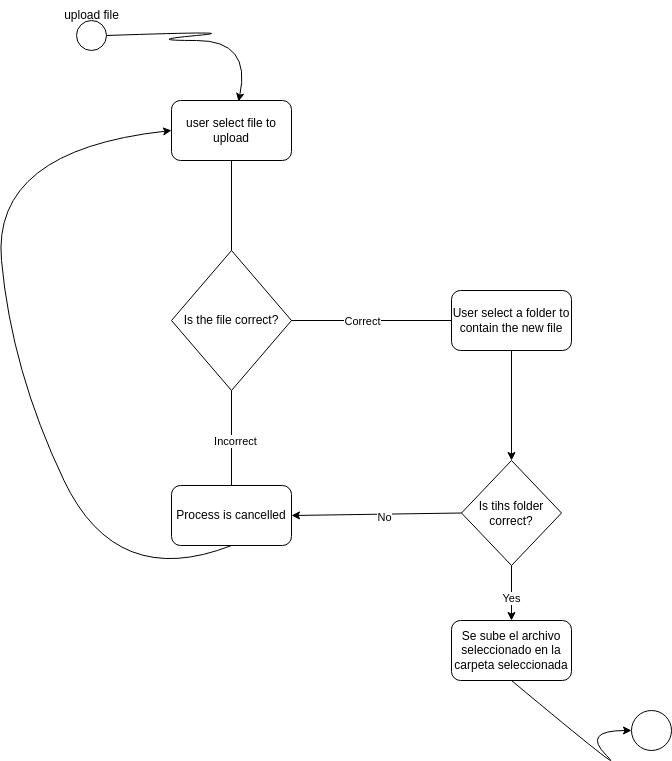
This is UML/ActivityDiagrams/ActiviyDiagramUploadFile.drawio.png from Advanced-Programming-Project-Drive-UFJC/Backend-python, a draw.io export, as it was before one commit. Source tidied: cells renumbered, new cells last; positions are measured from the earlier drawing's top-left corner, leaving out a move shared by most shapes.
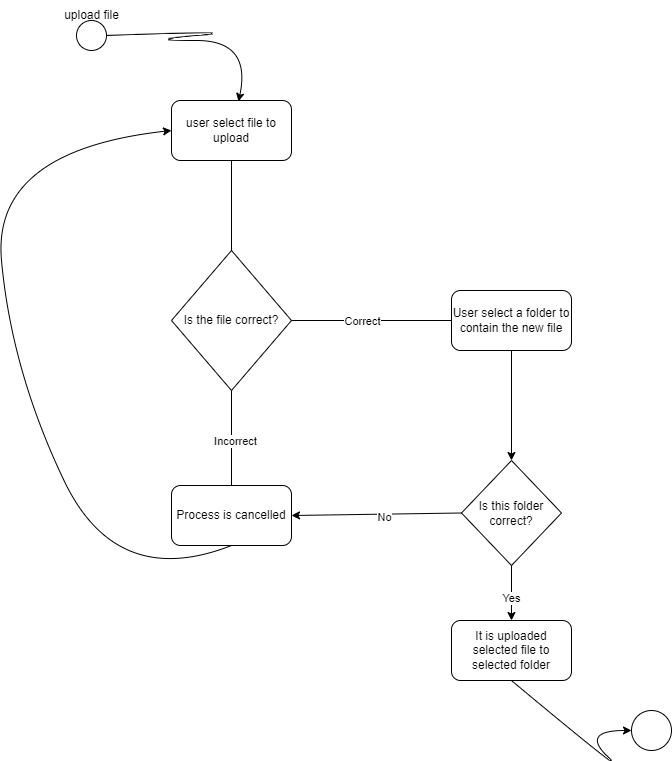
Above is the later version.

Commit message:
uploading more activities diagram and business diagram

Change to the diagram source:
```diff
@@ -61,7 +61,7 @@
     <mxCell id="16" style="endArrow=classic;html=1;rounded=0;exitX=0.5;exitY=1;exitDx=0;exitDy=0;entryX=0.5;entryY=0;entryDx=0;entryDy=0;" parent="1" edge="1" source="6" target="17">
       <mxGeometry relative="1" as="geometry" />
     </mxCell>
-    <mxCell id="17" value="Is tihs folder correct?" style="rhombus;whiteSpace=wrap;html=1;" parent="1" vertex="1">
+    <mxCell id="17" value="Is this folder correct?" style="rhombus;whiteSpace=wrap;html=1;" parent="1" vertex="1">
       <mxGeometry x="470" y="460" width="100" height="105" as="geometry" />
     </mxCell>
     <mxCell id="18" style="endArrow=classic;html=1;rounded=0;entryX=1;entryY=0.5;entryDx=0;entryDy=0;exitX=0;exitY=0.5;exitDx=0;exitDy=0;" parent="1" edge="1" source="17" target="7">
@@ -72,7 +72,7 @@
         <mxPoint y="-1" as="offset" />
       </mxGeometry>
     </mxCell>
-    <mxCell id="20" value="Se sube el archivo seleccionado en la carpeta seleccionada" style="rounded=1;whiteSpace=wrap;html=1;" parent="1" vertex="1">
+    <mxCell id="20" value="It is uploaded selected file to selected folder" style="rounded=1;whiteSpace=wrap;html=1;" parent="1" vertex="1">
       <mxGeometry x="460" y="620" width="120" height="60" as="geometry" />
     </mxCell>
     <mxCell id="21" style="endArrow=classic;html=1;rounded=0;entryX=0.5;entryY=0;entryDx=0;entryDy=0;exitX=0.5;exitY=1;exitDx=0;exitDy=0;" parent="1" edge="1" source="17" target="20">
```
